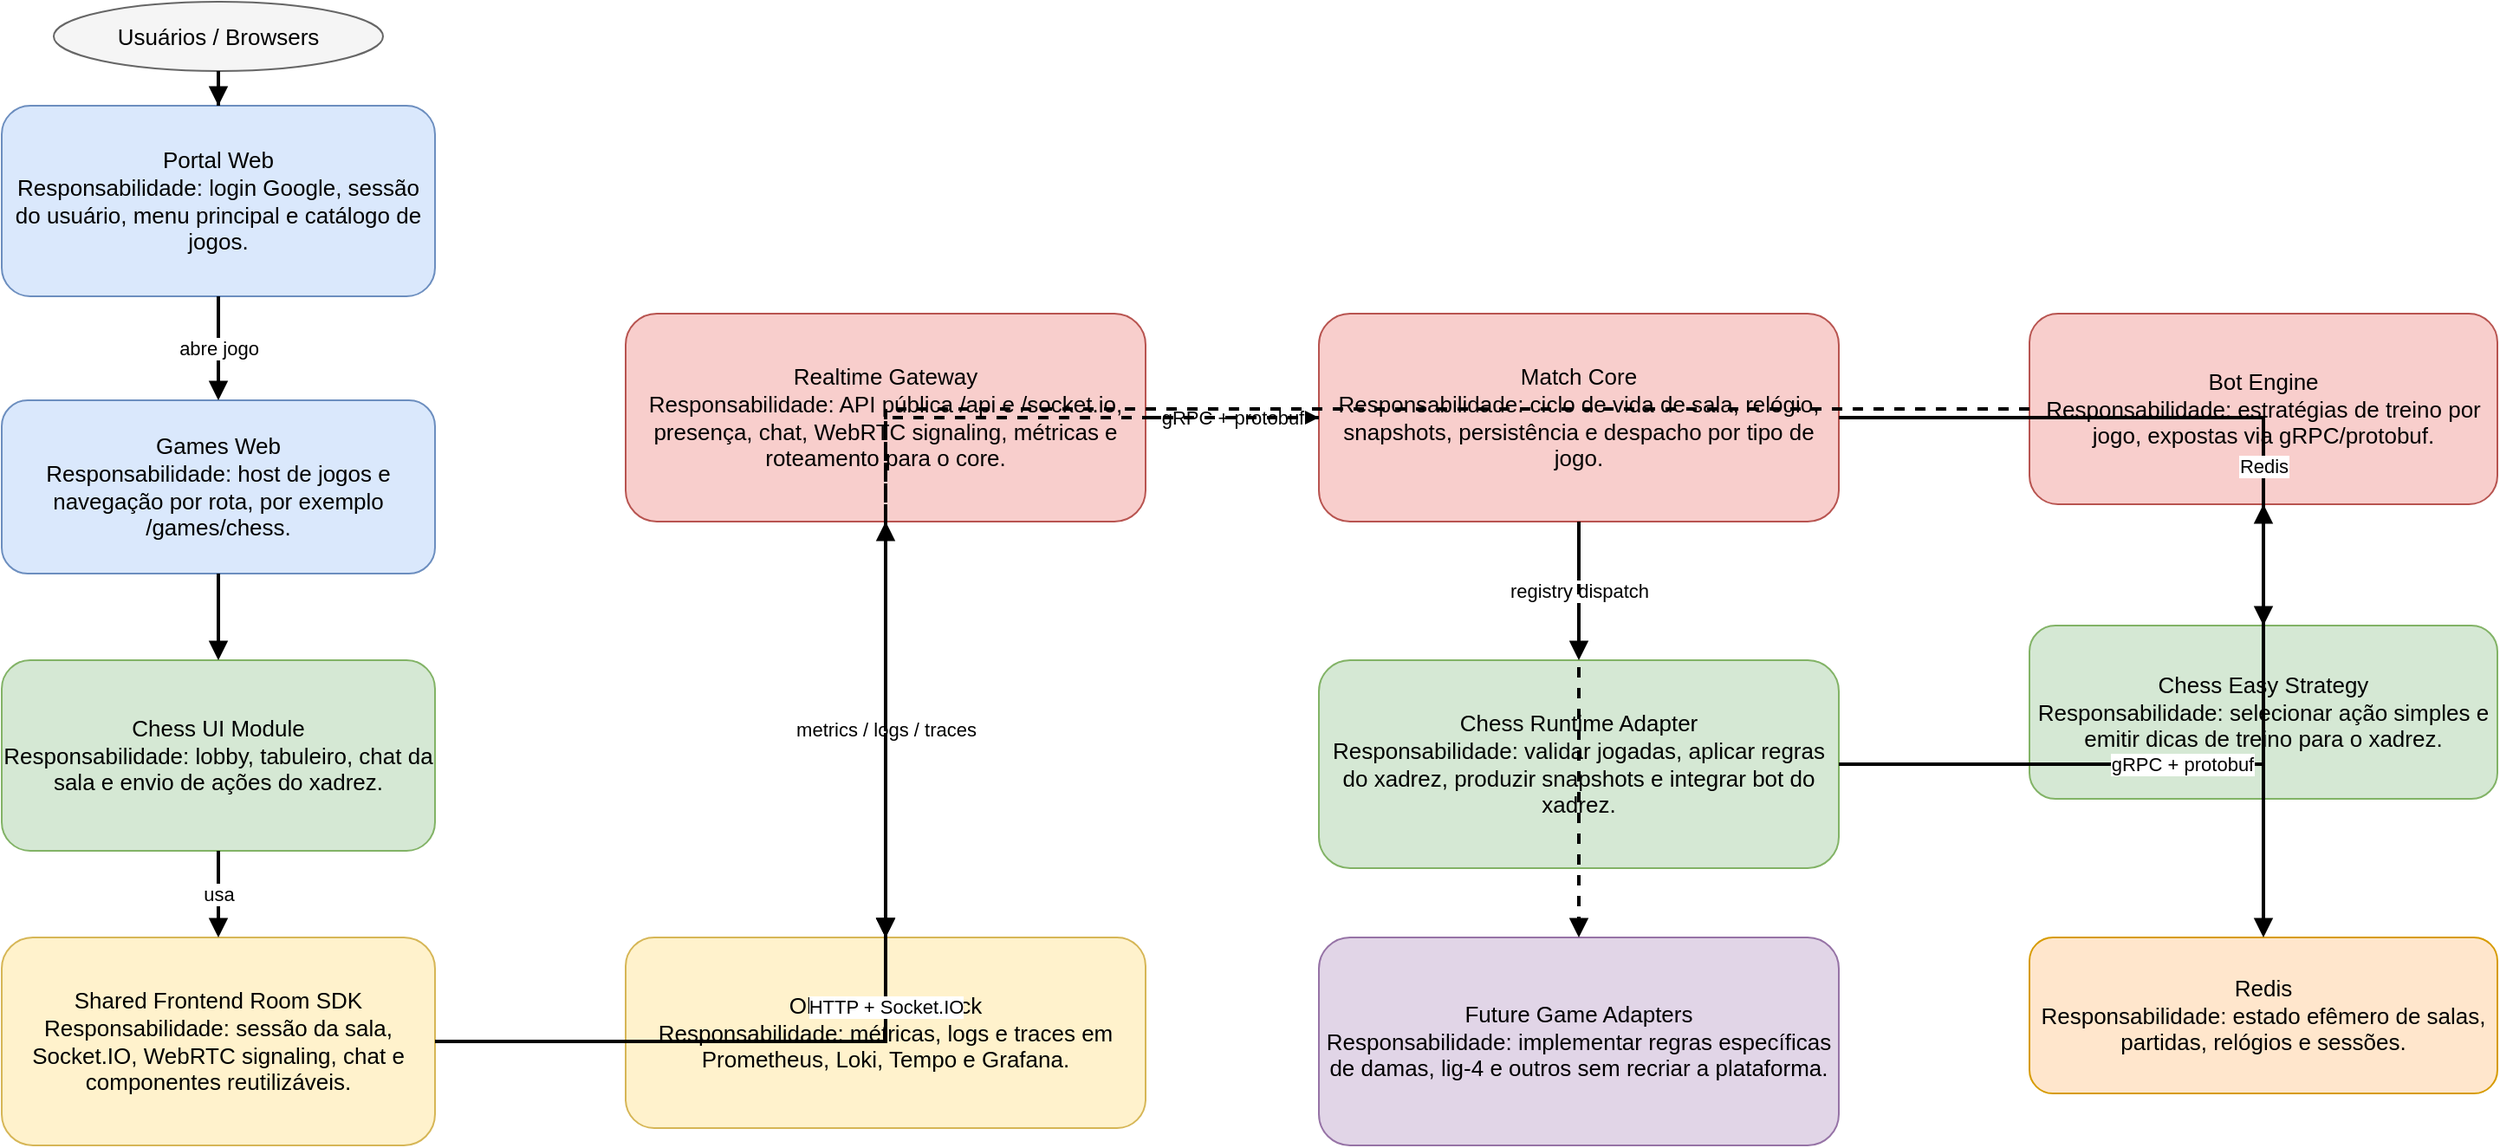
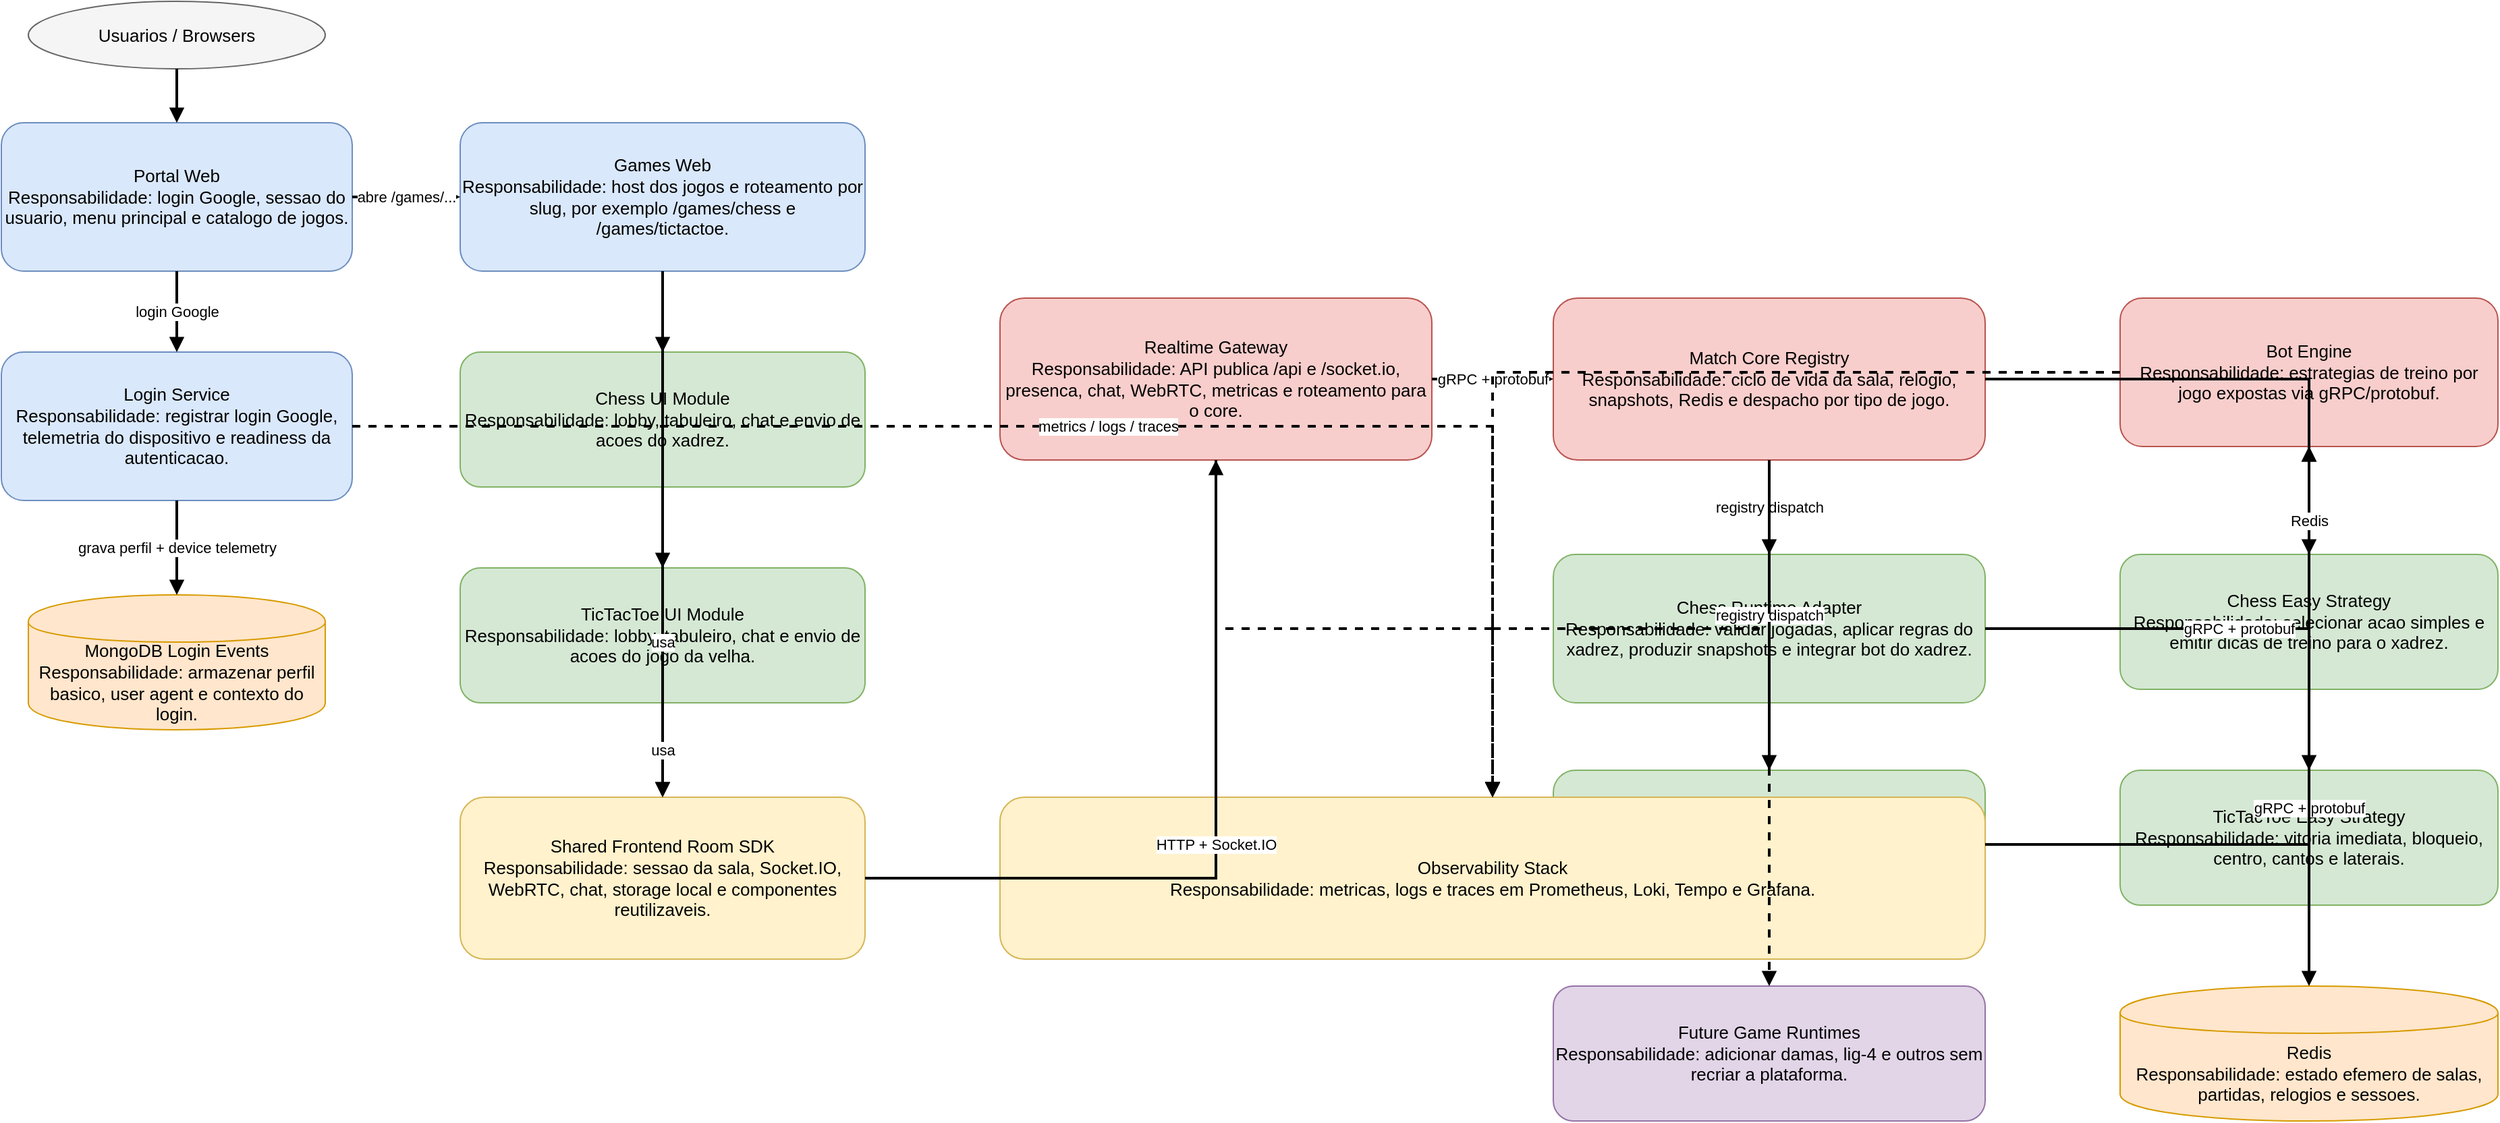
- <mxfile host="app.diagrams.net" modified="2026-04-13T12:00:00.000Z" agent="Codex" version="24.7.17">
+ <mxfile host="app.diagrams.net" modified="2026-04-17T01:05:00.000Z" agent="Codex" version="24.7.17">
  <diagram id="geek-hub-architecture" name="Geek Hub">
-     <mxGraphModel dx="1600" dy="1000" grid="1" gridSize="10" guides="1" tooltips="1" connect="1" arrows="1" fold="1" page="1" pageScale="1" pageWidth="1600" pageHeight="1000" math="0" shadow="0">
+     <mxGraphModel dx="1800" dy="1200" grid="1" gridSize="10" guides="1" tooltips="1" connect="1" arrows="1" fold="1" page="1" pageScale="1" pageWidth="1800" pageHeight="1200" math="0" shadow="0">
      <root>
        <mxCell id="0"/>
        <mxCell id="1" parent="0"/>
-         <mxCell id="2" value="Portal Web&#xa;Responsabilidade: login Google, sessão do usuário, menu principal e catálogo de jogos." style="rounded=1;whiteSpace=wrap;html=1;fillColor=#dae8fc;strokeColor=#6c8ebf;fontSize=13;" vertex="1" parent="1">
-           <mxGeometry x="40" y="80" width="250" height="110" as="geometry"/>
+         <mxCell id="2" value="Usuarios / Browsers" style="ellipse;whiteSpace=wrap;html=1;fillColor=#f5f5f5;strokeColor=#666666;fontSize=13;" vertex="1" parent="1">
+           <mxGeometry x="90" y="30" width="220" height="50" as="geometry"/>
        </mxCell>
-         <mxCell id="3" value="Games Web&#xa;Responsabilidade: host de jogos e navegação por rota, por exemplo /games/chess." style="rounded=1;whiteSpace=wrap;html=1;fillColor=#dae8fc;strokeColor=#6c8ebf;fontSize=13;" vertex="1" parent="1">
-           <mxGeometry x="40" y="250" width="250" height="100" as="geometry"/>
+         <mxCell id="3" value="Portal Web&#xa;Responsabilidade: login Google, sessao do usuario, menu principal e catalogo de jogos." style="rounded=1;whiteSpace=wrap;html=1;fillColor=#dae8fc;strokeColor=#6c8ebf;fontSize=13;" vertex="1" parent="1">
+           <mxGeometry x="70" y="120" width="260" height="110" as="geometry"/>
        </mxCell>
-         <mxCell id="4" value="Chess UI Module&#xa;Responsabilidade: lobby, tabuleiro, chat da sala e envio de ações do xadrez." style="rounded=1;whiteSpace=wrap;html=1;fillColor=#d5e8d4;strokeColor=#82b366;fontSize=13;" vertex="1" parent="1">
-           <mxGeometry x="40" y="400" width="250" height="110" as="geometry"/>
+         <mxCell id="4" value="Login Service&#xa;Responsabilidade: registrar login Google, telemetria do dispositivo e readiness da autenticacao." style="rounded=1;whiteSpace=wrap;html=1;fillColor=#dae8fc;strokeColor=#6c8ebf;fontSize=13;" vertex="1" parent="1">
+           <mxGeometry x="70" y="290" width="260" height="110" as="geometry"/>
        </mxCell>
-         <mxCell id="5" value="Shared Frontend Room SDK&#xa;Responsabilidade: sessão da sala, Socket.IO, WebRTC signaling, chat e componentes reutilizáveis." style="rounded=1;whiteSpace=wrap;html=1;fillColor=#fff2cc;strokeColor=#d6b656;fontSize=13;" vertex="1" parent="1">
-           <mxGeometry x="40" y="560" width="250" height="120" as="geometry"/>
+         <mxCell id="5" value="MongoDB Login Events&#xa;Responsabilidade: armazenar perfil basico, user agent e contexto do login." style="shape=cylinder;whiteSpace=wrap;html=1;boundedLbl=1;fillColor=#ffe6cc;strokeColor=#d79b00;fontSize=13;" vertex="1" parent="1">
+           <mxGeometry x="90" y="470" width="220" height="100" as="geometry"/>
        </mxCell>
-         <mxCell id="6" value="Realtime Gateway&#xa;Responsabilidade: API pública /api e /socket.io, presença, chat, WebRTC signaling, métricas e roteamento para o core." style="rounded=1;whiteSpace=wrap;html=1;fillColor=#f8cecc;strokeColor=#b85450;fontSize=13;" vertex="1" parent="1">
-           <mxGeometry x="400" y="200" width="300" height="120" as="geometry"/>
+         <mxCell id="6" value="Games Web&#xa;Responsabilidade: host dos jogos e roteamento por slug, por exemplo /games/chess e /games/tictactoe." style="rounded=1;whiteSpace=wrap;html=1;fillColor=#dae8fc;strokeColor=#6c8ebf;fontSize=13;" vertex="1" parent="1">
+           <mxGeometry x="410" y="120" width="300" height="110" as="geometry"/>
        </mxCell>
-         <mxCell id="7" value="Match Core&#xa;Responsabilidade: ciclo de vida de sala, relógio, snapshots, persistência e despacho por tipo de jogo." style="rounded=1;whiteSpace=wrap;html=1;fillColor=#f8cecc;strokeColor=#b85450;fontSize=13;" vertex="1" parent="1">
-           <mxGeometry x="800" y="200" width="300" height="120" as="geometry"/>
+         <mxCell id="7" value="Chess UI Module&#xa;Responsabilidade: lobby, tabuleiro, chat e envio de acoes do xadrez." style="rounded=1;whiteSpace=wrap;html=1;fillColor=#d5e8d4;strokeColor=#82b366;fontSize=13;" vertex="1" parent="1">
+           <mxGeometry x="410" y="290" width="300" height="100" as="geometry"/>
        </mxCell>
-         <mxCell id="8" value="Chess Runtime Adapter&#xa;Responsabilidade: validar jogadas, aplicar regras do xadrez, produzir snapshots e integrar bot do xadrez." style="rounded=1;whiteSpace=wrap;html=1;fillColor=#d5e8d4;strokeColor=#82b366;fontSize=13;" vertex="1" parent="1">
-           <mxGeometry x="800" y="400" width="300" height="120" as="geometry"/>
+         <mxCell id="8" value="TicTacToe UI Module&#xa;Responsabilidade: lobby, tabuleiro, chat e envio de acoes do jogo da velha." style="rounded=1;whiteSpace=wrap;html=1;fillColor=#d5e8d4;strokeColor=#82b366;fontSize=13;" vertex="1" parent="1">
+           <mxGeometry x="410" y="450" width="300" height="100" as="geometry"/>
        </mxCell>
-         <mxCell id="9" value="Future Game Adapters&#xa;Responsabilidade: implementar regras específicas de damas, lig-4 e outros sem recriar a plataforma." style="rounded=1;whiteSpace=wrap;html=1;fillColor=#e1d5e7;strokeColor=#9673a6;fontSize=13;" vertex="1" parent="1">
-           <mxGeometry x="800" y="560" width="300" height="120" as="geometry"/>
+         <mxCell id="9" value="Shared Frontend Room SDK&#xa;Responsabilidade: sessao da sala, Socket.IO, WebRTC, chat, storage local e componentes reutilizaveis." style="rounded=1;whiteSpace=wrap;html=1;fillColor=#fff2cc;strokeColor=#d6b656;fontSize=13;" vertex="1" parent="1">
+           <mxGeometry x="410" y="620" width="300" height="120" as="geometry"/>
        </mxCell>
-         <mxCell id="10" value="Bot Engine&#xa;Responsabilidade: estratégias de treino por jogo, expostas via gRPC/protobuf." style="rounded=1;whiteSpace=wrap;html=1;fillColor=#f8cecc;strokeColor=#b85450;fontSize=13;" vertex="1" parent="1">
-           <mxGeometry x="1210" y="200" width="270" height="110" as="geometry"/>
+         <mxCell id="10" value="Realtime Gateway&#xa;Responsabilidade: API publica /api e /socket.io, presenca, chat, WebRTC, metricas e roteamento para o core." style="rounded=1;whiteSpace=wrap;html=1;fillColor=#f8cecc;strokeColor=#b85450;fontSize=13;" vertex="1" parent="1">
+           <mxGeometry x="810" y="250" width="320" height="120" as="geometry"/>
        </mxCell>
-         <mxCell id="11" value="Chess Easy Strategy&#xa;Responsabilidade: selecionar ação simples e emitir dicas de treino para o xadrez." style="rounded=1;whiteSpace=wrap;html=1;fillColor=#d5e8d4;strokeColor=#82b366;fontSize=13;" vertex="1" parent="1">
-           <mxGeometry x="1210" y="380" width="270" height="100" as="geometry"/>
+         <mxCell id="11" value="Match Core Registry&#xa;Responsabilidade: ciclo de vida da sala, relogio, snapshots, Redis e despacho por tipo de jogo." style="rounded=1;whiteSpace=wrap;html=1;fillColor=#f8cecc;strokeColor=#b85450;fontSize=13;" vertex="1" parent="1">
+           <mxGeometry x="1220" y="250" width="320" height="120" as="geometry"/>
        </mxCell>
-         <mxCell id="12" value="Redis&#xa;Responsabilidade: estado efêmero de salas, partidas, relógios e sessões." style="rounded=1;whiteSpace=wrap;html=1;fillColor=#ffe6cc;strokeColor=#d79b00;fontSize=13;" vertex="1" parent="1">
-           <mxGeometry x="1210" y="560" width="270" height="90" as="geometry"/>
+         <mxCell id="12" value="Chess Runtime Adapter&#xa;Responsabilidade: validar jogadas, aplicar regras do xadrez, produzir snapshots e integrar bot do xadrez." style="rounded=1;whiteSpace=wrap;html=1;fillColor=#d5e8d4;strokeColor=#82b366;fontSize=13;" vertex="1" parent="1">
+           <mxGeometry x="1220" y="440" width="320" height="110" as="geometry"/>
        </mxCell>
-         <mxCell id="13" value="Observability Stack&#xa;Responsabilidade: métricas, logs e traces em Prometheus, Loki, Tempo e Grafana." style="rounded=1;whiteSpace=wrap;html=1;fillColor=#fff2cc;strokeColor=#d6b656;fontSize=13;" vertex="1" parent="1">
-           <mxGeometry x="400" y="560" width="300" height="110" as="geometry"/>
+         <mxCell id="13" value="TicTacToe Runtime Adapter&#xa;Responsabilidade: aplicar regras do jogo da velha, snapshots, empate, vitoria e bot." style="rounded=1;whiteSpace=wrap;html=1;fillColor=#d5e8d4;strokeColor=#82b366;fontSize=13;" vertex="1" parent="1">
+           <mxGeometry x="1220" y="600" width="320" height="110" as="geometry"/>
        </mxCell>
-         <mxCell id="14" value="Usuários / Browsers" style="ellipse;whiteSpace=wrap;html=1;fillColor=#f5f5f5;strokeColor=#666666;fontSize=13;" vertex="1" parent="1">
-           <mxGeometry x="70" y="20" width="190" height="40" as="geometry"/>
+         <mxCell id="14" value="Future Game Runtimes&#xa;Responsabilidade: adicionar damas, lig-4 e outros sem recriar a plataforma." style="rounded=1;whiteSpace=wrap;html=1;fillColor=#e1d5e7;strokeColor=#9673a6;fontSize=13;" vertex="1" parent="1">
+           <mxGeometry x="1220" y="760" width="320" height="100" as="geometry"/>
+         </mxCell>
+         <mxCell id="15" value="Bot Engine&#xa;Responsabilidade: estrategias de treino por jogo expostas via gRPC/protobuf." style="rounded=1;whiteSpace=wrap;html=1;fillColor=#f8cecc;strokeColor=#b85450;fontSize=13;" vertex="1" parent="1">
+           <mxGeometry x="1640" y="250" width="280" height="110" as="geometry"/>
+         </mxCell>
+         <mxCell id="16" value="Chess Easy Strategy&#xa;Responsabilidade: selecionar acao simples e emitir dicas de treino para o xadrez." style="rounded=1;whiteSpace=wrap;html=1;fillColor=#d5e8d4;strokeColor=#82b366;fontSize=13;" vertex="1" parent="1">
+           <mxGeometry x="1640" y="440" width="280" height="100" as="geometry"/>
+         </mxCell>
+         <mxCell id="17" value="TicTacToe Easy Strategy&#xa;Responsabilidade: vitoria imediata, bloqueio, centro, cantos e laterais." style="rounded=1;whiteSpace=wrap;html=1;fillColor=#d5e8d4;strokeColor=#82b366;fontSize=13;" vertex="1" parent="1">
+           <mxGeometry x="1640" y="600" width="280" height="100" as="geometry"/>
+         </mxCell>
+         <mxCell id="18" value="Redis&#xa;Responsabilidade: estado efemero de salas, partidas, relogios e sessoes." style="shape=cylinder;whiteSpace=wrap;html=1;boundedLbl=1;fillColor=#ffe6cc;strokeColor=#d79b00;fontSize=13;" vertex="1" parent="1">
+           <mxGeometry x="1640" y="760" width="280" height="100" as="geometry"/>
+         </mxCell>
+         <mxCell id="19" value="Observability Stack&#xa;Responsabilidade: metricas, logs e traces em Prometheus, Loki, Tempo e Grafana." style="rounded=1;whiteSpace=wrap;html=1;fillColor=#fff2cc;strokeColor=#d6b656;fontSize=13;" vertex="1" parent="1">
+           <mxGeometry x="810" y="620" width="730" height="120" as="geometry"/>
        </mxCell>

-         <mxCell id="20" style="edgeStyle=orthogonalEdgeStyle;rounded=0;orthogonalLoop=1;jettySize=auto;html=1;endArrow=block;strokeWidth=2;" edge="1" parent="1" source="14" target="2">
+         <mxCell id="20" style="edgeStyle=orthogonalEdgeStyle;rounded=0;orthogonalLoop=1;jettySize=auto;html=1;endArrow=block;strokeWidth=2;" edge="1" parent="1" source="2" target="3">
          <mxGeometry relative="1" as="geometry"/>
        </mxCell>
-         <mxCell id="21" value="abre jogo" style="edgeStyle=orthogonalEdgeStyle;rounded=0;orthogonalLoop=1;jettySize=auto;html=1;endArrow=block;strokeWidth=2;" edge="1" parent="1" source="2" target="3">
+         <mxCell id="21" value="login Google" style="edgeStyle=orthogonalEdgeStyle;rounded=0;orthogonalLoop=1;jettySize=auto;html=1;endArrow=block;strokeWidth=2;" edge="1" parent="1" source="3" target="4">
          <mxGeometry relative="1" as="geometry"/>
        </mxCell>
-         <mxCell id="22" style="edgeStyle=orthogonalEdgeStyle;rounded=0;orthogonalLoop=1;jettySize=auto;html=1;endArrow=block;strokeWidth=2;" edge="1" parent="1" source="3" target="4">
+         <mxCell id="22" value="grava perfil + device telemetry" style="edgeStyle=orthogonalEdgeStyle;rounded=0;orthogonalLoop=1;jettySize=auto;html=1;endArrow=block;strokeWidth=2;" edge="1" parent="1" source="4" target="5">
          <mxGeometry relative="1" as="geometry"/>
        </mxCell>
-         <mxCell id="23" value="usa" style="edgeStyle=orthogonalEdgeStyle;rounded=0;orthogonalLoop=1;jettySize=auto;html=1;endArrow=block;strokeWidth=2;" edge="1" parent="1" source="4" target="5">
+         <mxCell id="23" value="abre /games/..." style="edgeStyle=orthogonalEdgeStyle;rounded=0;orthogonalLoop=1;jettySize=auto;html=1;endArrow=block;strokeWidth=2;" edge="1" parent="1" source="3" target="6">
          <mxGeometry relative="1" as="geometry"/>
        </mxCell>
-         <mxCell id="24" value="HTTP + Socket.IO" style="edgeStyle=orthogonalEdgeStyle;rounded=0;orthogonalLoop=1;jettySize=auto;html=1;endArrow=block;strokeWidth=2;" edge="1" parent="1" source="5" target="6">
+         <mxCell id="24" style="edgeStyle=orthogonalEdgeStyle;rounded=0;orthogonalLoop=1;jettySize=auto;html=1;endArrow=block;strokeWidth=2;" edge="1" parent="1" source="6" target="7">
          <mxGeometry relative="1" as="geometry"/>
        </mxCell>
-         <mxCell id="25" value="gRPC + protobuf" style="edgeStyle=orthogonalEdgeStyle;rounded=0;orthogonalLoop=1;jettySize=auto;html=1;endArrow=block;strokeWidth=2;" edge="1" parent="1" source="6" target="7">
+         <mxCell id="25" style="edgeStyle=orthogonalEdgeStyle;rounded=0;orthogonalLoop=1;jettySize=auto;html=1;endArrow=block;strokeWidth=2;" edge="1" parent="1" source="6" target="8">
          <mxGeometry relative="1" as="geometry"/>
        </mxCell>
-         <mxCell id="26" value="registry dispatch" style="edgeStyle=orthogonalEdgeStyle;rounded=0;orthogonalLoop=1;jettySize=auto;html=1;endArrow=block;strokeWidth=2;" edge="1" parent="1" source="7" target="8">
+         <mxCell id="26" value="usa" style="edgeStyle=orthogonalEdgeStyle;rounded=0;orthogonalLoop=1;jettySize=auto;html=1;endArrow=block;strokeWidth=2;" edge="1" parent="1" source="7" target="9">
          <mxGeometry relative="1" as="geometry"/>
        </mxCell>
-         <mxCell id="27" style="edgeStyle=orthogonalEdgeStyle;rounded=0;orthogonalLoop=1;jettySize=auto;html=1;endArrow=block;strokeWidth=2;dashed=1;" edge="1" parent="1" source="7" target="9">
+         <mxCell id="27" value="usa" style="edgeStyle=orthogonalEdgeStyle;rounded=0;orthogonalLoop=1;jettySize=auto;html=1;endArrow=block;strokeWidth=2;" edge="1" parent="1" source="8" target="9">
          <mxGeometry relative="1" as="geometry"/>
        </mxCell>
-         <mxCell id="28" value="gRPC + protobuf" style="edgeStyle=orthogonalEdgeStyle;rounded=0;orthogonalLoop=1;jettySize=auto;html=1;endArrow=block;strokeWidth=2;" edge="1" parent="1" source="8" target="10">
+         <mxCell id="28" value="HTTP + Socket.IO" style="edgeStyle=orthogonalEdgeStyle;rounded=0;orthogonalLoop=1;jettySize=auto;html=1;endArrow=block;strokeWidth=2;" edge="1" parent="1" source="9" target="10">
          <mxGeometry relative="1" as="geometry"/>
        </mxCell>
-         <mxCell id="29" style="edgeStyle=orthogonalEdgeStyle;rounded=0;orthogonalLoop=1;jettySize=auto;html=1;endArrow=block;strokeWidth=2;" edge="1" parent="1" source="10" target="11">
+         <mxCell id="29" value="gRPC + protobuf" style="edgeStyle=orthogonalEdgeStyle;rounded=0;orthogonalLoop=1;jettySize=auto;html=1;endArrow=block;strokeWidth=2;" edge="1" parent="1" source="10" target="11">
          <mxGeometry relative="1" as="geometry"/>
        </mxCell>
-         <mxCell id="30" value="Redis" style="edgeStyle=orthogonalEdgeStyle;rounded=0;orthogonalLoop=1;jettySize=auto;html=1;endArrow=block;strokeWidth=2;" edge="1" parent="1" source="7" target="12">
+         <mxCell id="30" value="registry dispatch" style="edgeStyle=orthogonalEdgeStyle;rounded=0;orthogonalLoop=1;jettySize=auto;html=1;endArrow=block;strokeWidth=2;" edge="1" parent="1" source="11" target="12">
          <mxGeometry relative="1" as="geometry"/>
        </mxCell>
-         <mxCell id="31" value="metrics / logs / traces" style="edgeStyle=orthogonalEdgeStyle;rounded=0;orthogonalLoop=1;jettySize=auto;html=1;endArrow=block;strokeWidth=2;dashed=1;" edge="1" parent="1" source="6" target="13">
+         <mxCell id="31" value="registry dispatch" style="edgeStyle=orthogonalEdgeStyle;rounded=0;orthogonalLoop=1;jettySize=auto;html=1;endArrow=block;strokeWidth=2;" edge="1" parent="1" source="11" target="13">
          <mxGeometry relative="1" as="geometry"/>
        </mxCell>
-         <mxCell id="32" style="edgeStyle=orthogonalEdgeStyle;rounded=0;orthogonalLoop=1;jettySize=auto;html=1;endArrow=block;strokeWidth=2;dashed=1;" edge="1" parent="1" source="7" target="13">
+         <mxCell id="32" style="edgeStyle=orthogonalEdgeStyle;rounded=0;orthogonalLoop=1;jettySize=auto;html=1;endArrow=block;strokeWidth=2;dashed=1;" edge="1" parent="1" source="11" target="14">
          <mxGeometry relative="1" as="geometry"/>
        </mxCell>
-         <mxCell id="33" style="edgeStyle=orthogonalEdgeStyle;rounded=0;orthogonalLoop=1;jettySize=auto;html=1;endArrow=block;strokeWidth=2;dashed=1;" edge="1" parent="1" source="10" target="13">
+         <mxCell id="33" value="gRPC + protobuf" style="edgeStyle=orthogonalEdgeStyle;rounded=0;orthogonalLoop=1;jettySize=auto;html=1;endArrow=block;strokeWidth=2;" edge="1" parent="1" source="12" target="15">
+           <mxGeometry relative="1" as="geometry"/>
+         </mxCell>
+         <mxCell id="34" value="gRPC + protobuf" style="edgeStyle=orthogonalEdgeStyle;rounded=0;orthogonalLoop=1;jettySize=auto;html=1;endArrow=block;strokeWidth=2;" edge="1" parent="1" source="13" target="15">
+           <mxGeometry relative="1" as="geometry"/>
+         </mxCell>
+         <mxCell id="35" style="edgeStyle=orthogonalEdgeStyle;rounded=0;orthogonalLoop=1;jettySize=auto;html=1;endArrow=block;strokeWidth=2;" edge="1" parent="1" source="15" target="16">
+           <mxGeometry relative="1" as="geometry"/>
+         </mxCell>
+         <mxCell id="36" style="edgeStyle=orthogonalEdgeStyle;rounded=0;orthogonalLoop=1;jettySize=auto;html=1;endArrow=block;strokeWidth=2;" edge="1" parent="1" source="15" target="17">
+           <mxGeometry relative="1" as="geometry"/>
+         </mxCell>
+         <mxCell id="37" value="Redis" style="edgeStyle=orthogonalEdgeStyle;rounded=0;orthogonalLoop=1;jettySize=auto;html=1;endArrow=block;strokeWidth=2;" edge="1" parent="1" source="11" target="18">
+           <mxGeometry relative="1" as="geometry"/>
+         </mxCell>
+         <mxCell id="38" value="metrics / logs / traces" style="edgeStyle=orthogonalEdgeStyle;rounded=0;orthogonalLoop=1;jettySize=auto;html=1;endArrow=block;strokeWidth=2;dashed=1;" edge="1" parent="1" source="4" target="19">
+           <mxGeometry relative="1" as="geometry"/>
+         </mxCell>
+         <mxCell id="39" style="edgeStyle=orthogonalEdgeStyle;rounded=0;orthogonalLoop=1;jettySize=auto;html=1;endArrow=block;strokeWidth=2;dashed=1;" edge="1" parent="1" source="10" target="19">
+           <mxGeometry relative="1" as="geometry"/>
+         </mxCell>
+         <mxCell id="40" style="edgeStyle=orthogonalEdgeStyle;rounded=0;orthogonalLoop=1;jettySize=auto;html=1;endArrow=block;strokeWidth=2;dashed=1;" edge="1" parent="1" source="11" target="19">
+           <mxGeometry relative="1" as="geometry"/>
+         </mxCell>
+         <mxCell id="41" style="edgeStyle=orthogonalEdgeStyle;rounded=0;orthogonalLoop=1;jettySize=auto;html=1;endArrow=block;strokeWidth=2;dashed=1;" edge="1" parent="1" source="15" target="19">
          <mxGeometry relative="1" as="geometry"/>
        </mxCell>
      </root>
    </mxGraphModel>
  </diagram>
</mxfile>
